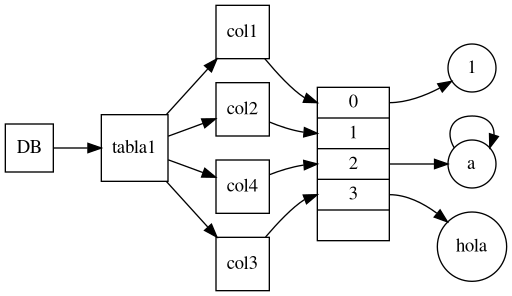
The Graphviz diagram tablaDatos.png in Yeferal/EstructuraDBGT, before a commit. Its source is kept beside it as tablaDatos.dot.
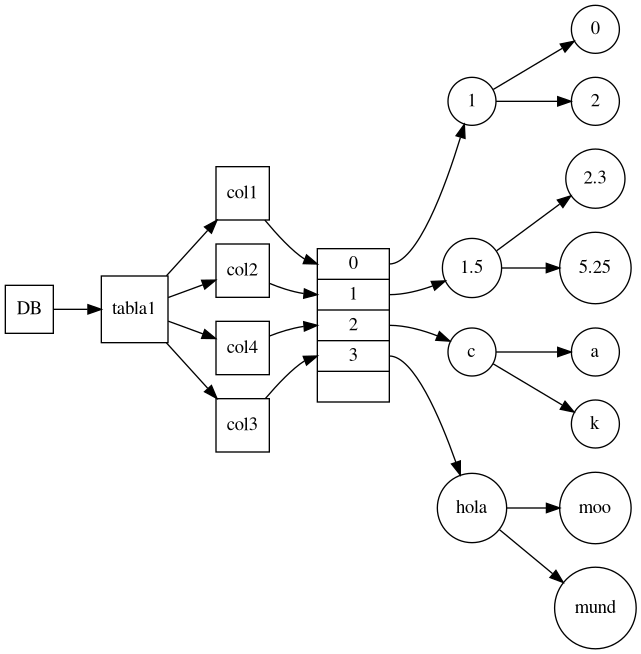
Above is the later version.

Diff of the diagram source:
```diff
@@ -15,9 +15,17 @@
 col4[ shape=square];
 col4 -> node0:f3;
 node [shape = circle];node0: f1 -> 1;
-node0: f3 -> a;
-a ->a;
+1 ->0;
+1 ->2;
+node0: f2 -> 1.5;
+1.5 ->2.3;
+1.5 ->5.25;
+node0: f3 -> c;
+c ->a;
+c ->k;
 node0: f4 -> hola;
+hola ->moo;
+hola ->mund;
 rankdir=LR;
 tabla1[ shape=square];
 DB[ shape=square];
```
